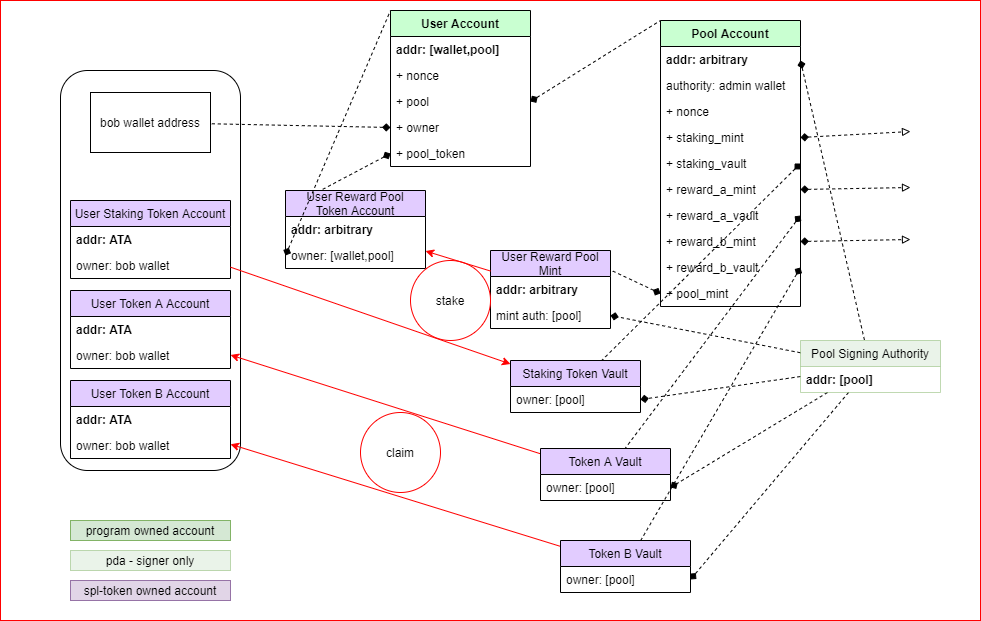
This is account-design.png from step-finance/reward-pool, a draw.io export, as it was before one commit. Source tidied: cells renumbered, new cells last; positions are measured from the earlier drawing's top-left corner, leaving out a move shared by most shapes.
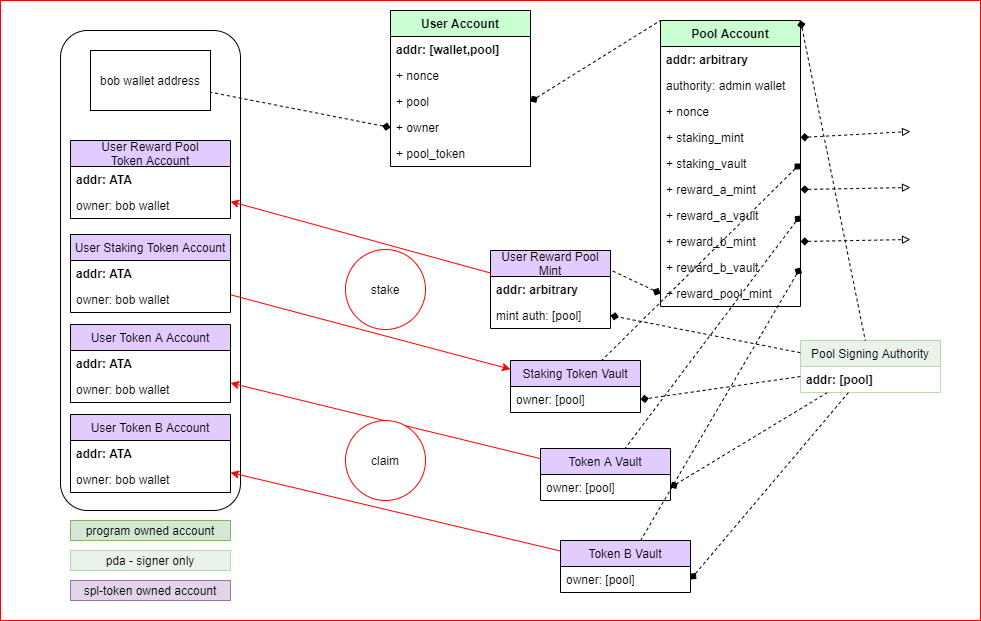
The same file after the commit.

Commit message:
diagram upd

Diff of the diagram source:
```diff
@@ -6,7 +6,7 @@
       <mxGeometry width="980" height="620" as="geometry" />
     </mxCell>
     <mxCell id="3" style="rounded=1;whiteSpace=wrap;html=1;" parent="1" vertex="1">
-      <mxGeometry x="60" y="70" width="180" height="400" as="geometry" />
+      <mxGeometry x="60" y="30" width="180" height="480" as="geometry" />
     </mxCell>
     <mxCell id="4" style="edgeStyle=none;rounded=0;jettySize=auto;html=1;dashed=1;endArrow=diamond;endFill=1;entryX=1;entryY=0.5;entryDx=0;entryDy=0;" parent="1" edge="1" source="59" target="27">
       <mxGeometry relative="1" as="geometry" />
@@ -50,7 +50,7 @@
     <mxCell id="17" value="+ reward_b_vault" style="text;strokeColor=none;fillColor=none;align=left;verticalAlign=top;spacingLeft=4;spacingRight=4;overflow=hidden;points=[[0,0.5],[1,0.5]];portConstraint=eastwest;" parent="8" vertex="1">
       <mxGeometry y="234" width="140" height="26" as="geometry" />
     </mxCell>
-    <mxCell id="18" value="+ pool_mint" style="text;strokeColor=none;fillColor=none;align=left;verticalAlign=top;spacingLeft=4;spacingRight=4;overflow=hidden;points=[[0,0.5],[1,0.5]];portConstraint=eastwest;" parent="8" vertex="1">
+    <mxCell id="18" value="+ reward_pool_mint" style="text;strokeColor=none;fillColor=none;align=left;verticalAlign=top;spacingLeft=4;spacingRight=4;overflow=hidden;points=[[0,0.5],[1,0.5]];portConstraint=eastwest;" parent="8" vertex="1">
       <mxGeometry y="260" width="140" height="26" as="geometry" />
     </mxCell>
     <mxCell id="19" value="User Account" style="swimlane;fontStyle=1;horizontal=1;startSize=26;fillColor=#C9FFD1;" parent="1" vertex="1">
@@ -72,7 +72,7 @@
       <mxGeometry y="130" width="140" height="26" as="geometry" />
     </mxCell>
     <mxCell id="25" value="bob wallet address" style="rounded=0;whiteSpace=wrap;html=1;" parent="1" vertex="1">
-      <mxGeometry x="90" y="92" width="120" height="60" as="geometry" />
+      <mxGeometry x="90" y="50" width="120" height="60" as="geometry" />
     </mxCell>
     <mxCell id="26" value="Staking Token Vault" style="swimlane;fontStyle=0;horizontal=1;startSize=26;fillColor=#E2CCFF;" parent="1" vertex="1">
       <mxGeometry x="510" y="360" width="130" height="52" as="geometry" />
@@ -81,7 +81,7 @@
       <mxGeometry y="26" width="130" height="26" as="geometry" />
     </mxCell>
     <mxCell id="28" value="User Staking Token Account" style="swimlane;fontStyle=0;horizontal=1;startSize=26;fillColor=#E2CCFF;" parent="1" vertex="1">
-      <mxGeometry x="70" y="200" width="160" height="78" as="geometry" />
+      <mxGeometry x="70" y="234" width="160" height="78" as="geometry" />
     </mxCell>
     <mxCell id="29" value="addr: ATA" style="text;strokeColor=none;fillColor=none;align=left;verticalAlign=top;spacingLeft=4;spacingRight=4;overflow=hidden;fontStyle=1;" parent="28" vertex="1">
       <mxGeometry y="26" width="160" height="26" as="geometry" />
@@ -108,7 +108,7 @@
       <mxGeometry y="26" width="130" height="26" as="geometry" />
     </mxCell>
     <mxCell id="37" value="User Token A Account" style="swimlane;fontStyle=0;horizontal=1;startSize=26;fillColor=#E2CCFF;" parent="1" vertex="1">
-      <mxGeometry x="70" y="290" width="160" height="78" as="geometry" />
+      <mxGeometry x="70" y="324" width="160" height="78" as="geometry" />
     </mxCell>
     <mxCell id="38" value="addr: ATA" style="text;strokeColor=none;fillColor=none;align=left;verticalAlign=top;spacingLeft=4;spacingRight=4;overflow=hidden;fontStyle=1;" parent="37" vertex="1">
       <mxGeometry y="26" width="160" height="26" as="geometry" />
@@ -117,7 +117,7 @@
       <mxGeometry y="52" width="160" height="26" as="geometry" />
     </mxCell>
     <mxCell id="40" value="User Token B Account" style="swimlane;fontStyle=0;horizontal=1;startSize=26;fillColor=#E2CCFF;" parent="1" vertex="1">
-      <mxGeometry x="70" y="380" width="160" height="78" as="geometry" />
+      <mxGeometry x="70" y="414" width="160" height="78" as="geometry" />
     </mxCell>
     <mxCell id="41" value="addr: ATA" style="text;strokeColor=none;fillColor=none;align=left;verticalAlign=top;spacingLeft=4;spacingRight=4;overflow=hidden;fontStyle=1;" parent="40" vertex="1">
       <mxGeometry y="26" width="160" height="26" as="geometry" />
@@ -126,13 +126,13 @@
       <mxGeometry y="52" width="160" height="26" as="geometry" />
     </mxCell>
     <mxCell id="43" value="User Reward Pool&#10;Token Account" style="swimlane;fontStyle=0;horizontal=1;startSize=26;fillColor=#E2CCFF;" parent="1" vertex="1">
-      <mxGeometry x="285" y="190" width="140" height="78" as="geometry" />
+      <mxGeometry x="70" y="140" width="160" height="78" as="geometry" />
     </mxCell>
-    <mxCell id="44" value="addr: arbitrary" style="text;strokeColor=none;fillColor=none;align=left;verticalAlign=top;spacingLeft=4;spacingRight=4;overflow=hidden;fontStyle=1;" parent="43" vertex="1">
-      <mxGeometry y="26" width="140" height="26" as="geometry" />
+    <mxCell id="44" value="addr: ATA" style="text;strokeColor=none;fillColor=none;align=left;verticalAlign=top;spacingLeft=4;spacingRight=4;overflow=hidden;fontStyle=1;" parent="43" vertex="1">
+      <mxGeometry y="26" width="160" height="26" as="geometry" />
     </mxCell>
-    <mxCell id="45" value="owner: [wallet,pool]" style="text;strokeColor=none;fillColor=none;align=left;verticalAlign=top;spacingLeft=4;spacingRight=4;overflow=hidden;points=[[0,0.5],[1,0.5]];portConstraint=eastwest;fontStyle=0;" parent="43" vertex="1">
-      <mxGeometry y="52" width="140" height="26" as="geometry" />
+    <mxCell id="45" value="owner: bob wallet" style="text;strokeColor=none;fillColor=none;align=left;verticalAlign=top;spacingLeft=4;spacingRight=4;overflow=hidden;points=[[0,0.5],[1,0.5]];portConstraint=eastwest;fontStyle=0;" parent="43" vertex="1">
+      <mxGeometry y="52" width="160" height="26" as="geometry" />
     </mxCell>
     <mxCell id="46" value="User Reward Pool&#10;Mint" style="swimlane;fontStyle=0;horizontal=1;startSize=26;fillColor=#E2CCFF;" parent="1" vertex="1">
       <mxGeometry x="490" y="250" width="120" height="78" as="geometry" />
@@ -144,7 +144,7 @@
       <mxGeometry y="52" width="120" height="26" as="geometry" />
     </mxCell>
     <mxCell id="49" value="stake" style="ellipse;whiteSpace=wrap;html=1;fillColor=#FFFFFF;strokeColor=#FF0000;" parent="1" vertex="1">
-      <mxGeometry x="410" y="260" width="80" height="80" as="geometry" />
+      <mxGeometry x="345" y="249" width="80" height="80" as="geometry" />
     </mxCell>
     <mxCell id="50" style="edgeStyle=none;rounded=0;jettySize=auto;html=1;fillColor=#FFFFFF;strokeColor=#FF0000;" parent="1" edge="1" source="46" target="43">
       <mxGeometry relative="1" as="geometry" />
@@ -153,20 +153,14 @@
       <mxGeometry relative="1" as="geometry" />
     </mxCell>
     <mxCell id="52" value="claim" style="ellipse;whiteSpace=wrap;html=1;strokeColor=#FF0000;" parent="1" vertex="1">
-      <mxGeometry x="360" y="412" width="80" height="80" as="geometry" />
+      <mxGeometry x="345" y="420" width="80" height="80" as="geometry" />
     </mxCell>
-    <mxCell id="53" style="edgeStyle=none;rounded=0;jettySize=auto;html=1;fillColor=#FFFFFF;dashed=1;endArrow=none;endFill=0;exitX=0;exitY=0.5;exitDx=0;exitDy=0;entryX=0.25;entryY=0;entryDx=0;entryDy=0;startArrow=diamond;startFill=1;" parent="1" edge="1" source="24" target="43">
-      <mxGeometry relative="1" as="geometry" />
-    </mxCell>
     <mxCell id="54" style="edgeStyle=none;rounded=0;jettySize=auto;html=1;exitX=0;exitY=0.5;exitDx=0;exitDy=0;dashed=1;endArrow=none;endFill=0;fillColor=#FFFFFF;startArrow=diamond;startFill=1;" parent="1" edge="1" source="23" target="25">
       <mxGeometry relative="1" as="geometry" />
     </mxCell>
     <mxCell id="55" style="edgeStyle=none;rounded=0;jettySize=auto;html=1;exitX=1;exitY=0.5;exitDx=0;exitDy=0;dashed=1;endArrow=none;endFill=0;fillColor=#FFFFFF;startArrow=diamond;startFill=1;entryX=0;entryY=0;entryDx=0;entryDy=0;" parent="1" edge="1" source="22" target="8">
       <mxGeometry relative="1" as="geometry" />
     </mxCell>
-    <mxCell id="56" style="edgeStyle=none;rounded=0;jettySize=auto;html=1;entryX=0;entryY=0;entryDx=0;entryDy=0;dashed=1;startArrow=diamond;startFill=1;endArrow=none;endFill=0;strokeColor=#000000;fillColor=#FFFFFF;exitX=0;exitY=0.5;exitDx=0;exitDy=0;" parent="1" edge="1" source="45" target="19">
-      <mxGeometry relative="1" as="geometry" />
-    </mxCell>
     <mxCell id="57" value="program owned account" style="rounded=0;whiteSpace=wrap;html=1;strokeColor=#82b366;fillColor=#d5e8d4;" parent="1" vertex="1">
       <mxGeometry x="70" y="520" width="160" height="20" as="geometry" />
     </mxCell>
@@ -179,10 +173,8 @@
     <mxCell id="60" value="addr: [pool]" style="text;strokeColor=none;fillColor=none;align=left;verticalAlign=top;spacingLeft=4;spacingRight=4;overflow=hidden;fontStyle=1;" parent="59" vertex="1">
       <mxGeometry y="26" width="140" height="26" as="geometry" />
     </mxCell>
-    <mxCell id="61" style="edgeStyle=none;rounded=0;jettySize=auto;html=1;dashed=1;startArrow=diamond;startFill=1;endArrow=none;endFill=0;strokeColor=#000000;fillColor=#FFFFFF;" parent="1" edge="1" target="59">
-      <mxGeometry relative="1" as="geometry">
-        <mxPoint x="800" y="60" as="sourcePoint" />
-      </mxGeometry>
+    <mxCell id="61" style="edgeStyle=none;rounded=0;jettySize=auto;html=1;dashed=1;startArrow=diamond;startFill=1;endArrow=none;endFill=0;strokeColor=#000000;fillColor=#FFFFFF;exitX=1;exitY=0;exitDx=0;exitDy=0;" parent="1" edge="1" source="8" target="59">
+      <mxGeometry relative="1" as="geometry" />
     </mxCell>
     <mxCell id="62" value="pda - signer only" style="rounded=0;whiteSpace=wrap;html=1;strokeColor=#82b366;fillColor=#d5e8d4;opacity=50;" parent="1" vertex="1">
       <mxGeometry x="70" y="550" width="160" height="20" as="geometry" />
```
